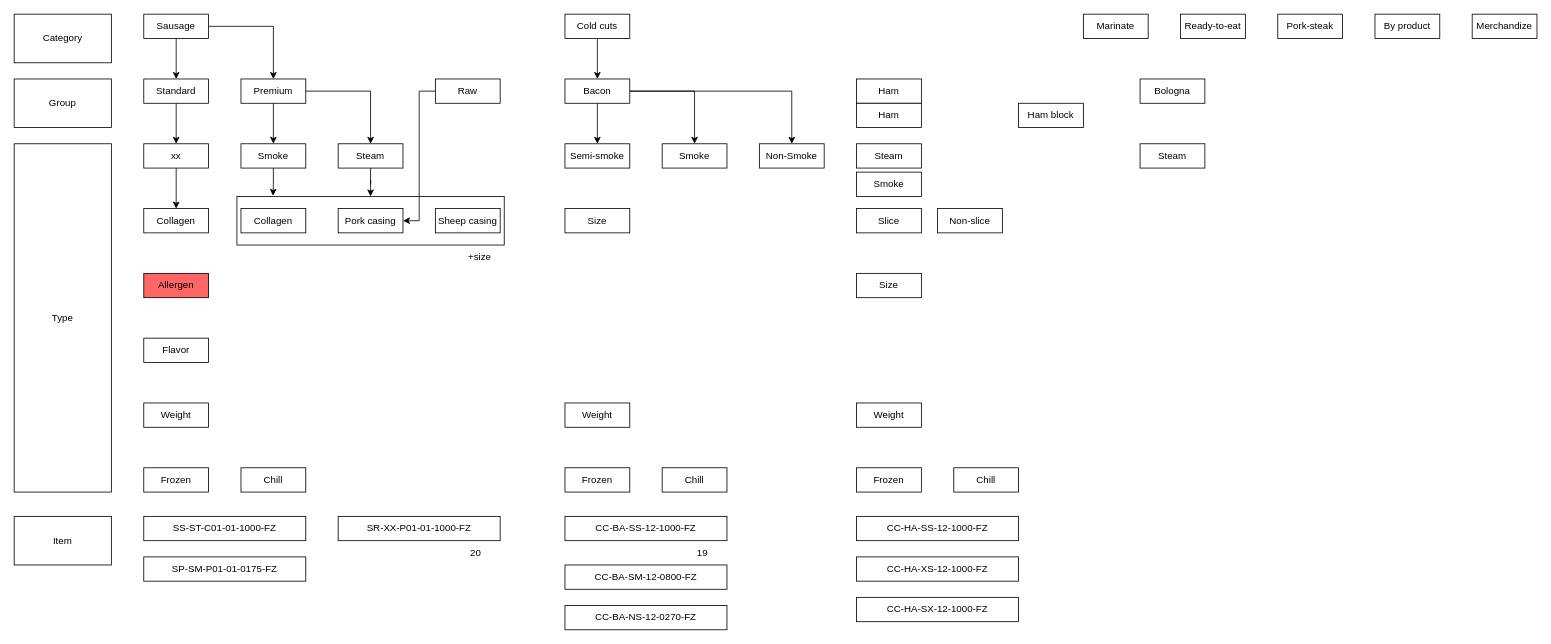
The draw.io diagram page "Product Hierarchy" (18 of 18) of new.drawio in pkppm-dev/Roy-s, before the edit. Source tidied: cells renumbered, new cells numbered last; positions are measured from the earlier drawing's top-left corner, leaving out a move shared by most shapes. Both pictures are drawn from the tidied source at 81%, with x=0, y=0 at pixel (14, 14).
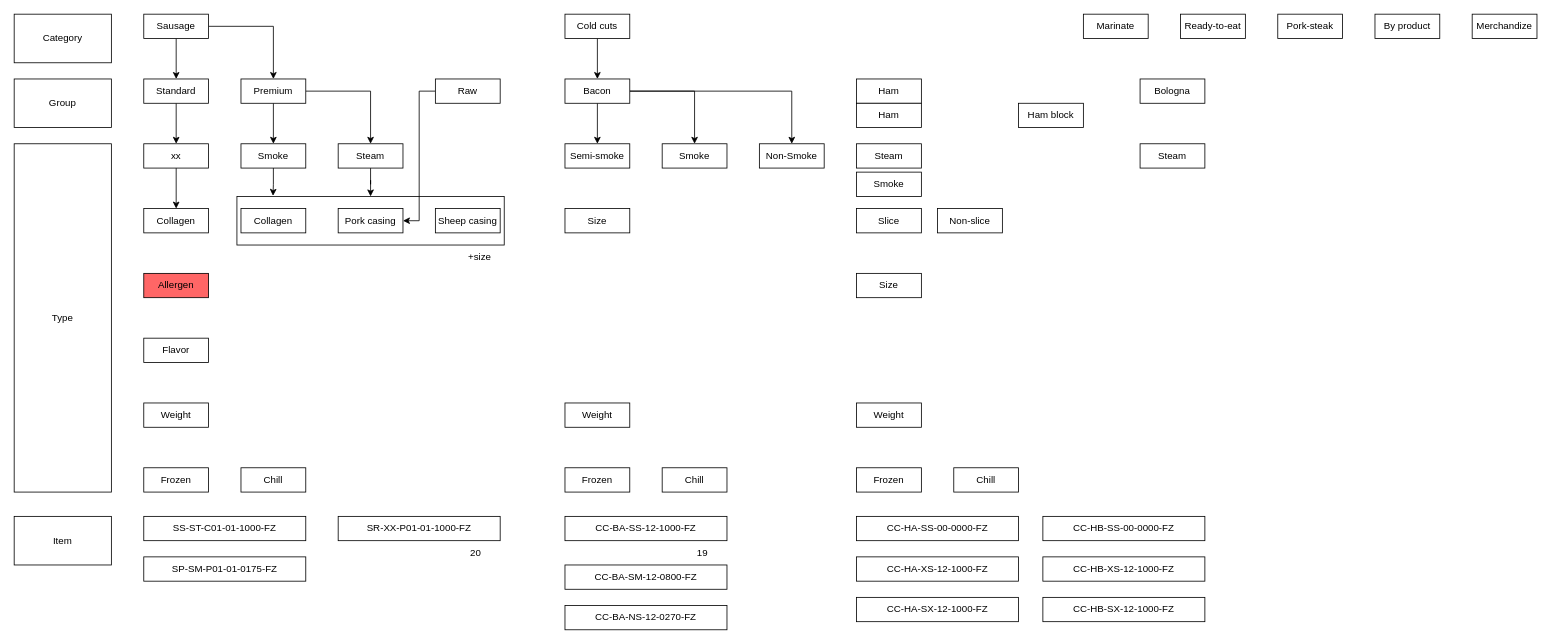
The same page after the edit.

Diff of the diagram source:
```diff
@@
-    <mxCell id="72" value="CC-HA-SS-12-1000-FZ" style="rounded=0;whiteSpace=wrap;html=1;" parent="1" vertex="1">
+    <mxCell id="72" value="CC-HA-SS-00-0000-FZ" style="rounded=0;whiteSpace=wrap;html=1;" parent="1" vertex="1">
       <mxGeometry x="1040" y="620" width="200" height="30" as="geometry" />
     </mxCell>
@@
+    <mxCell id="75" value="CC-HB-SS-00-0000-FZ" style="rounded=0;whiteSpace=wrap;html=1;" parent="1" vertex="1">
+      <mxGeometry x="1270" y="620" width="200" height="30" as="geometry" />
+    </mxCell>
+    <mxCell id="76" value="CC-HB-XS-12-1000-FZ" style="rounded=0;whiteSpace=wrap;html=1;" parent="1" vertex="1">
+      <mxGeometry x="1270" y="670" width="200" height="30" as="geometry" />
+    </mxCell>
+    <mxCell id="77" value="CC-HB-SX-12-1000-FZ" style="rounded=0;whiteSpace=wrap;html=1;" parent="1" vertex="1">
+      <mxGeometry x="1270" y="720" width="200" height="30" as="geometry" />
+    </mxCell>
```
